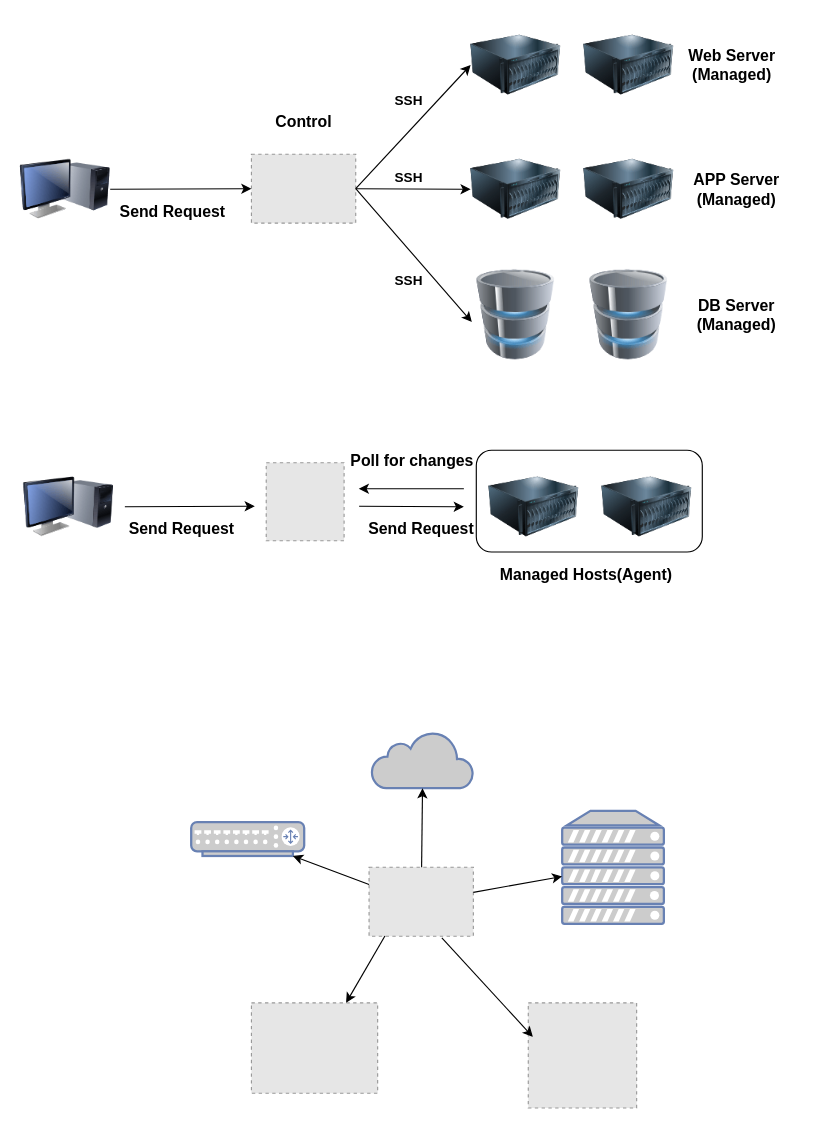
This is Untitled Diagram.drawio from yahanjunho/forDrawIO, a draw.io file, before an edit. Source tidied: cells renumbered, new cells numbered last; positions are measured from the earlier drawing's top-left corner, leaving out a move shared by most shapes. Both pictures are drawn from the tidied source at 113%, with x=0, y=0 at pixel (19, 19). Pictures stored in the file or linked from it are replaced by grey dashed boxes.
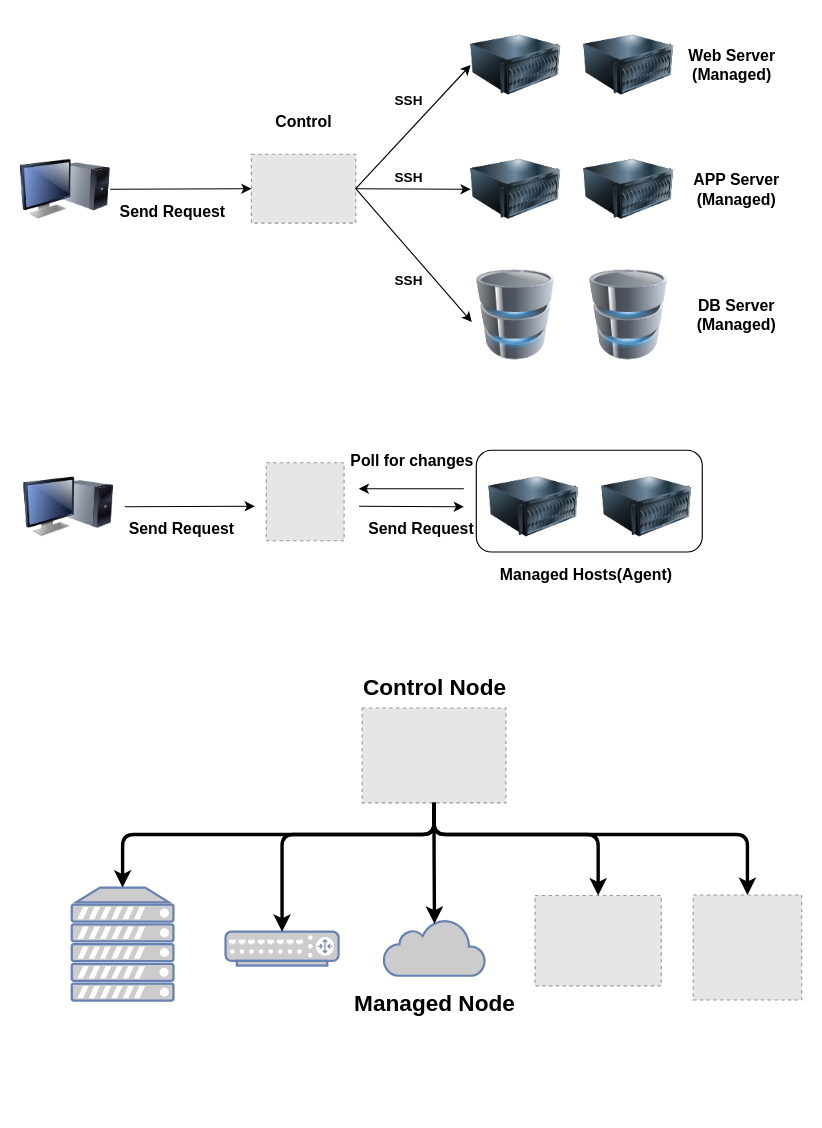
The same diagram, later.

What changed in the source:
```diff
@@
     <mxCell id="37" style="fillColor=#E6E6E6;strokeColor=#999999;dashed=1;verticalLabelPosition=bottom;labelBackgroundColor=#ffffff;verticalAlign=top;" parent="1" vertex="1">
-      <mxGeometry x="309.1" y="750" width="92.3" height="61" as="geometry" />
+      <mxGeometry x="303" y="609" width="127.2" height="84" as="geometry" />
     </mxCell>
     <mxCell id="38" style="html=1;outlineConnect=0;fillColor=#CCCCCC;strokeColor=#6881B3;gradientColor=none;gradientDirection=north;strokeWidth=2;shape=mxgraph.networks.cloud;fontColor=#ffffff;" parent="1" vertex="1">
-      <mxGeometry x="311.4" y="630" width="90" height="50" as="geometry" />
+      <mxGeometry x="322" y="796" width="90" height="50" as="geometry" />
     </mxCell>
     <mxCell id="39" style="fontColor=#0066CC;verticalAlign=top;verticalLabelPosition=bottom;labelPosition=center;align=center;html=1;outlineConnect=0;fillColor=#CCCCCC;strokeColor=#6881B3;gradientColor=none;gradientDirection=north;strokeWidth=2;shape=mxgraph.networks.server;" parent="1" vertex="1">
-      <mxGeometry x="480" y="700" width="90" height="100" as="geometry" />
+      <mxGeometry x="46" y="768" width="90" height="100" as="geometry" />
     </mxCell>
     <mxCell id="40" style="fontColor=#0066CC;verticalAlign=top;verticalLabelPosition=bottom;labelPosition=center;align=center;html=1;outlineConnect=0;fillColor=#CCCCCC;strokeColor=#6881B3;gradientColor=none;gradientDirection=north;strokeWidth=2;shape=mxgraph.networks.router;" parent="1" vertex="1">
-      <mxGeometry x="151.7" y="710" width="100" height="30" as="geometry" />
+      <mxGeometry x="182.1" y="807" width="100" height="30" as="geometry" />
     </mxCell>
     <mxCell id="41" style="fillColor=#E6E6E6;strokeColor=#999999;dashed=1;verticalLabelPosition=bottom;labelBackgroundColor=#ffffff;verticalAlign=top;" parent="1" vertex="1">
-      <mxGeometry x="205" y="870" width="111.7" height="80" as="geometry" />
+      <mxGeometry x="456" y="775" width="111.7" height="80" as="geometry" />
     </mxCell>
     <mxCell id="42" style="fillColor=#E6E6E6;strokeColor=#999999;dashed=1;verticalLabelPosition=bottom;labelBackgroundColor=#ffffff;verticalAlign=top;" parent="1" vertex="1">
-      <mxGeometry x="450" y="870" width="95.9" height="93" as="geometry" />
+      <mxGeometry x="596" y="774.5" width="95.9" height="93" as="geometry" />
     </mxCell>
-    <mxCell id="43" style="endArrow=classic;html=1;entryX=0.5;entryY=1;entryDx=0;entryDy=0;entryPerimeter=0;" parent="1" edge="1" source="37" target="38">
-      <mxGeometry relative="1" as="geometry" />
-    </mxCell>
+    <mxCell id="48" value="&lt;font style=&quot;font-size: 14px&quot;&gt;&lt;b&gt;Control&lt;br&gt;&lt;/b&gt;&lt;/font&gt;" style="text;html=1;align=center;verticalAlign=middle;" parent="1" vertex="1">
+      <mxGeometry x="216.1" y="80" width="70" height="20" as="geometry" />
+    </mxCell>
-    <mxCell id="44" style="endArrow=classic;html=1;" parent="1" edge="1" source="37" target="39">
-      <mxGeometry relative="1" as="geometry" />
+    <mxCell id="44" style="edgeStyle=elbowEdgeStyle;elbow=vertical;endArrow=classic;html=1;strokeWidth=3;exitX=0.5;exitY=1;exitDx=0;exitDy=0;" parent="1" edge="1" source="37" target="39">
+      <mxGeometry relative="1" as="geometry">
+        <Array as="points">
+          <mxPoint x="236" y="721" />
+        </Array>
+      </mxGeometry>
     </mxCell>
-    <mxCell id="45" style="endArrow=classic;html=1;entryX=0.9;entryY=1;entryDx=0;entryDy=0;entryPerimeter=0;exitX=0;exitY=0.25;exitDx=0;exitDy=0;" parent="1" edge="1" source="37" target="40">
-      <mxGeometry relative="1" as="geometry" />
+    <mxCell id="45" style="edgeStyle=elbowEdgeStyle;elbow=vertical;endArrow=classic;html=1;strokeWidth=3;exitX=0.5;exitY=1;exitDx=0;exitDy=0;entryX=0.5;entryY=0;entryDx=0;entryDy=0;entryPerimeter=0;" parent="1" edge="1" source="37" target="40">
+      <mxGeometry relative="1" as="geometry">
+        <Array as="points">
+          <mxPoint x="306" y="721" />
+        </Array>
+      </mxGeometry>
     </mxCell>
+    <mxCell id="43" style="edgeStyle=elbowEdgeStyle;elbow=vertical;endArrow=classic;html=1;strokeWidth=3;exitX=0.5;exitY=1;exitDx=0;exitDy=0;entryX=0.5;entryY=0.08;entryDx=0;entryDy=0;entryPerimeter=0;" parent="1" edge="1" source="37" target="38">
+      <mxGeometry relative="1" as="geometry">
+        <Array as="points">
+          <mxPoint x="356" y="731" />
+        </Array>
+      </mxGeometry>
+    </mxCell>
-    <mxCell id="46" style="endArrow=classic;html=1;entryX=0.75;entryY=0;entryDx=0;entryDy=0;exitX=0.152;exitY=0.997;exitDx=0;exitDy=0;exitPerimeter=0;" parent="1" edge="1" source="37" target="41">
-      <mxGeometry relative="1" as="geometry" />
+    <mxCell id="46" style="edgeStyle=elbowEdgeStyle;elbow=vertical;endArrow=classic;html=1;strokeWidth=3;exitX=0.5;exitY=1;exitDx=0;exitDy=0;entryX=0.5;entryY=0;entryDx=0;entryDy=0;" parent="1" edge="1" source="37" target="41">
+      <mxGeometry relative="1" as="geometry">
+        <Array as="points">
+          <mxPoint x="436" y="721" />
+        </Array>
+      </mxGeometry>
     </mxCell>
-    <mxCell id="47" style="endArrow=classic;html=1;entryX=0.042;entryY=0.323;entryDx=0;entryDy=0;exitX=0.698;exitY=1.023;exitDx=0;exitDy=0;entryPerimeter=0;exitPerimeter=0;" parent="1" edge="1" source="37" target="42">
-      <mxGeometry relative="1" as="geometry" />
+    <mxCell id="47" style="edgeStyle=elbowEdgeStyle;elbow=vertical;endArrow=classic;html=1;strokeWidth=3;exitX=0.5;exitY=1;exitDx=0;exitDy=0;entryX=0.5;entryY=0;entryDx=0;entryDy=0;" parent="1" edge="1" source="37" target="42">
+      <mxGeometry relative="1" as="geometry">
+        <Array as="points">
+          <mxPoint x="506" y="721" />
+        </Array>
+      </mxGeometry>
     </mxCell>
-    <mxCell id="48" value="&lt;font style=&quot;font-size: 14px&quot;&gt;&lt;b&gt;Control&lt;br&gt;&lt;/b&gt;&lt;/font&gt;" style="text;html=1;align=center;verticalAlign=middle;" parent="1" vertex="1">
-      <mxGeometry x="216.1" y="80" width="70" height="20" as="geometry" />
-    </mxCell>
+    <mxCell id="49" value="&lt;b&gt;&lt;font style=&quot;font-size: 20px&quot;&gt;Control Node&lt;/font&gt;&lt;/b&gt;" style="text;html=1;align=center;verticalAlign=middle;" parent="1" vertex="1">
+      <mxGeometry x="297" y="580" width="140" height="20" as="geometry" />
+    </mxCell>
+    <mxCell id="50" value="&lt;span style=&quot;font-size: 20px&quot;&gt;&lt;b&gt;Managed Node&lt;/b&gt;&lt;/span&gt;" style="text;html=1;align=center;verticalAlign=middle;" parent="1" vertex="1">
+      <mxGeometry x="287" y="860" width="160" height="20" as="geometry" />
+    </mxCell>
```
